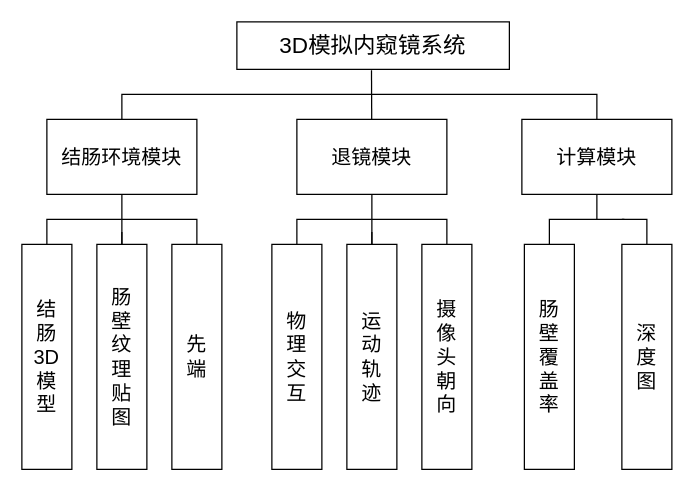
This is 模块图.drawio from Joker765/CEP, a draw.io file, before an edit. Source tidied: cells renumbered, new cells numbered last; positions are measured from the earlier drawing's top-left corner, leaving out a move shared by most shapes. Both pictures are drawn from the tidied source at 125%, with x=0, y=0 at pixel (21, 21).
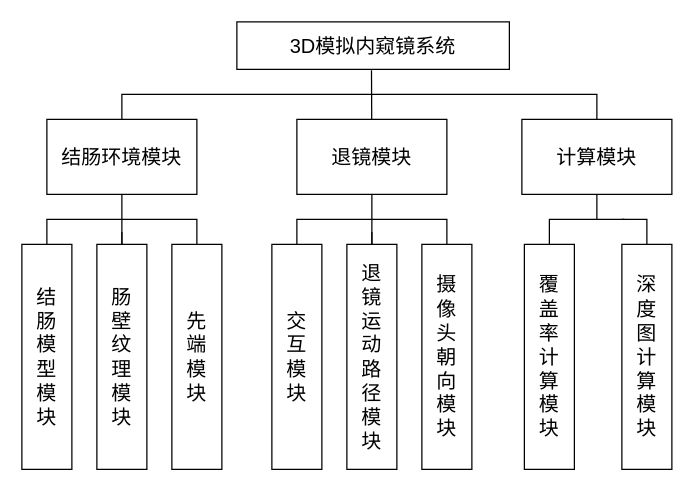
Above is the later version.

Commit message:
更新模块图.drawio

The edit, as a diff of the source:
```diff
@@
-    <mxCell id="2" value="&lt;font style=&quot;font-size: 18px;&quot;&gt;&lt;span style=&quot;font-family: 华文中宋;&quot; lang=&quot;EN-US&quot;&gt;3D&lt;/span&gt;&lt;span style=&quot;font-family: 华文中宋;&quot;&gt;模拟内窥镜系统&lt;/span&gt;&lt;/font&gt;" style="rounded=0;whiteSpace=wrap;html=1;" parent="1" vertex="1">
+    <mxCell id="2" value="&lt;font style=&quot;font-size: 16px;&quot;&gt;&lt;span style=&quot;font-family: 华文中宋;&quot; lang=&quot;EN-US&quot;&gt;3D&lt;/span&gt;&lt;span style=&quot;font-family: 华文中宋;&quot;&gt;模拟内窥镜系统&lt;/span&gt;&lt;/font&gt;" style="rounded=0;whiteSpace=wrap;html=1;" parent="1" vertex="1">
       <mxGeometry x="172" width="218" height="38" as="geometry" />
     </mxCell>
@@
-    <mxCell id="8" value="&lt;span style=&quot;font-size:12.0pt;mso-bidi-font-size:11.0pt;&lt;br/&gt;line-height:150%;font-family:宋体;mso-ascii-font-family:&amp;quot;Times New Roman&amp;quot;;&lt;br/&gt;mso-hansi-font-family:&amp;quot;Times New Roman&amp;quot;;mso-bidi-font-family:&amp;quot;Times New Roman&amp;quot;;&lt;br/&gt;mso-bidi-theme-font:minor-bidi;mso-ansi-language:EN-US;mso-fareast-language:&lt;br/&gt;ZH-CN;mso-bidi-language:AR-SA&quot;&gt;结&lt;/span&gt;&lt;div&gt;&lt;span style=&quot;font-size:12.0pt;mso-bidi-font-size:11.0pt;&lt;br/&gt;line-height:150%;font-family:宋体;mso-ascii-font-family:&amp;quot;Times New Roman&amp;quot;;&lt;br/&gt;mso-hansi-font-family:&amp;quot;Times New Roman&amp;quot;;mso-bidi-font-family:&amp;quot;Times New Roman&amp;quot;;&lt;br/&gt;mso-bidi-theme-font:minor-bidi;mso-ansi-language:EN-US;mso-fareast-language:&lt;br/&gt;ZH-CN;mso-bidi-language:AR-SA&quot;&gt;肠&lt;/span&gt;&lt;/div&gt;&lt;div&gt;&lt;span style=&quot;font-size:12.0pt;mso-bidi-font-size:11.0pt;&lt;br/&gt;line-height:150%;font-family:宋体;mso-ascii-font-family:&amp;quot;Times New Roman&amp;quot;;&lt;br/&gt;mso-hansi-font-family:&amp;quot;Times New Roman&amp;quot;;mso-bidi-font-family:&amp;quot;Times New Roman&amp;quot;;&lt;br/&gt;mso-bidi-theme-font:minor-bidi;mso-ansi-language:EN-US;mso-fareast-language:&lt;br/&gt;ZH-CN;mso-bidi-language:AR-SA&quot;&gt;3D&lt;/span&gt;&lt;/div&gt;&lt;div&gt;&lt;span style=&quot;font-size:12.0pt;mso-bidi-font-size:11.0pt;&lt;br/&gt;line-height:150%;font-family:宋体;mso-ascii-font-family:&amp;quot;Times New Roman&amp;quot;;&lt;br/&gt;mso-hansi-font-family:&amp;quot;Times New Roman&amp;quot;;mso-bidi-font-family:&amp;quot;Times New Roman&amp;quot;;&lt;br/&gt;mso-bidi-theme-font:minor-bidi;mso-ansi-language:EN-US;mso-fareast-language:&lt;br/&gt;ZH-CN;mso-bidi-language:AR-SA&quot;&gt;模&lt;/span&gt;&lt;/div&gt;&lt;div&gt;&lt;span style=&quot;font-size:12.0pt;mso-bidi-font-size:11.0pt;&lt;br/&gt;line-height:150%;font-family:宋体;mso-ascii-font-family:&amp;quot;Times New Roman&amp;quot;;&lt;br/&gt;mso-hansi-font-family:&amp;quot;Times New Roman&amp;quot;;mso-bidi-font-family:&amp;quot;Times New Roman&amp;quot;;&lt;br/&gt;mso-bidi-theme-font:minor-bidi;mso-ansi-language:EN-US;mso-fareast-language:&lt;br/&gt;ZH-CN;mso-bidi-language:AR-SA&quot;&gt;型&lt;/span&gt;&lt;/div&gt;" style="rounded=0;whiteSpace=wrap;html=1;" parent="1" vertex="1">
+    <mxCell id="8" value="&lt;span style=&quot;font-size:12.0pt;mso-bidi-font-size:11.0pt;&lt;br/&gt;line-height:150%;font-family:宋体;mso-ascii-font-family:&amp;quot;Times New Roman&amp;quot;;&lt;br/&gt;mso-hansi-font-family:&amp;quot;Times New Roman&amp;quot;;mso-bidi-font-family:&amp;quot;Times New Roman&amp;quot;;&lt;br/&gt;mso-bidi-theme-font:minor-bidi;mso-ansi-language:EN-US;mso-fareast-language:&lt;br/&gt;ZH-CN;mso-bidi-language:AR-SA&quot;&gt;结&lt;/span&gt;&lt;div&gt;&lt;span style=&quot;font-size:12.0pt;mso-bidi-font-size:11.0pt;&lt;br/&gt;line-height:150%;font-family:宋体;mso-ascii-font-family:&amp;quot;Times New Roman&amp;quot;;&lt;br/&gt;mso-hansi-font-family:&amp;quot;Times New Roman&amp;quot;;mso-bidi-font-family:&amp;quot;Times New Roman&amp;quot;;&lt;br/&gt;mso-bidi-theme-font:minor-bidi;mso-ansi-language:EN-US;mso-fareast-language:&lt;br/&gt;ZH-CN;mso-bidi-language:AR-SA&quot;&gt;肠&lt;/span&gt;&lt;/div&gt;&lt;div&gt;&lt;span style=&quot;font-size:12.0pt;mso-bidi-font-size:11.0pt;&lt;br/&gt;line-height:150%;font-family:宋体;mso-ascii-font-family:&amp;quot;Times New Roman&amp;quot;;&lt;br/&gt;mso-hansi-font-family:&amp;quot;Times New Roman&amp;quot;;mso-bidi-font-family:&amp;quot;Times New Roman&amp;quot;;&lt;br/&gt;mso-bidi-theme-font:minor-bidi;mso-ansi-language:EN-US;mso-fareast-language:&lt;br/&gt;ZH-CN;mso-bidi-language:AR-SA&quot;&gt;模&lt;/span&gt;&lt;/div&gt;&lt;div&gt;&lt;span style=&quot;font-size:12.0pt;mso-bidi-font-size:11.0pt;&lt;br/&gt;line-height:150%;font-family:宋体;mso-ascii-font-family:&amp;quot;Times New Roman&amp;quot;;&lt;br/&gt;mso-hansi-font-family:&amp;quot;Times New Roman&amp;quot;;mso-bidi-font-family:&amp;quot;Times New Roman&amp;quot;;&lt;br/&gt;mso-bidi-theme-font:minor-bidi;mso-ansi-language:EN-US;mso-fareast-language:&lt;br/&gt;ZH-CN;mso-bidi-language:AR-SA&quot;&gt;型&lt;/span&gt;&lt;/div&gt;&lt;div&gt;&lt;span style=&quot;font-size:12.0pt;mso-bidi-font-size:11.0pt;&lt;br/&gt;line-height:150%;font-family:宋体;mso-ascii-font-family:&amp;quot;Times New Roman&amp;quot;;&lt;br/&gt;mso-hansi-font-family:&amp;quot;Times New Roman&amp;quot;;mso-bidi-font-family:&amp;quot;Times New Roman&amp;quot;;&lt;br/&gt;mso-bidi-theme-font:minor-bidi;mso-ansi-language:EN-US;mso-fareast-language:&lt;br/&gt;ZH-CN;mso-bidi-language:AR-SA&quot;&gt;模&lt;/span&gt;&lt;/div&gt;&lt;div&gt;&lt;span style=&quot;font-size:12.0pt;mso-bidi-font-size:11.0pt;&lt;br/&gt;line-height:150%;font-family:宋体;mso-ascii-font-family:&amp;quot;Times New Roman&amp;quot;;&lt;br/&gt;mso-hansi-font-family:&amp;quot;Times New Roman&amp;quot;;mso-bidi-font-family:&amp;quot;Times New Roman&amp;quot;;&lt;br/&gt;mso-bidi-theme-font:minor-bidi;mso-ansi-language:EN-US;mso-fareast-language:&lt;br/&gt;ZH-CN;mso-bidi-language:AR-SA&quot;&gt;块&lt;/span&gt;&lt;/div&gt;" style="rounded=0;whiteSpace=wrap;html=1;" parent="1" vertex="1">
       <mxGeometry y="178" width="40" height="180" as="geometry" />
     </mxCell>
-    <mxCell id="9" value="&lt;span style=&quot;font-size:12.0pt;mso-bidi-font-size:11.0pt;&lt;br/&gt;line-height:150%;font-family:宋体;mso-ascii-font-family:&amp;quot;Times New Roman&amp;quot;;&lt;br/&gt;mso-hansi-font-family:&amp;quot;Times New Roman&amp;quot;;mso-bidi-font-family:&amp;quot;Times New Roman&amp;quot;;&lt;br/&gt;mso-bidi-theme-font:minor-bidi;mso-ansi-language:EN-US;mso-fareast-language:&lt;br/&gt;ZH-CN;mso-bidi-language:AR-SA&quot;&gt;先&lt;/span&gt;&lt;div&gt;&lt;span style=&quot;font-size:12.0pt;mso-bidi-font-size:11.0pt;&lt;br/&gt;line-height:150%;font-family:宋体;mso-ascii-font-family:&amp;quot;Times New Roman&amp;quot;;&lt;br/&gt;mso-hansi-font-family:&amp;quot;Times New Roman&amp;quot;;mso-bidi-font-family:&amp;quot;Times New Roman&amp;quot;;&lt;br/&gt;mso-bidi-theme-font:minor-bidi;mso-ansi-language:EN-US;mso-fareast-language:&lt;br/&gt;ZH-CN;mso-bidi-language:AR-SA&quot;&gt;端&lt;/span&gt;&lt;/div&gt;" style="rounded=0;whiteSpace=wrap;html=1;" parent="1" vertex="1">
+    <mxCell id="9" value="&lt;span style=&quot;font-size:12.0pt;mso-bidi-font-size:11.0pt;&lt;br/&gt;line-height:150%;font-family:宋体;mso-ascii-font-family:&amp;quot;Times New Roman&amp;quot;;&lt;br/&gt;mso-hansi-font-family:&amp;quot;Times New Roman&amp;quot;;mso-bidi-font-family:&amp;quot;Times New Roman&amp;quot;;&lt;br/&gt;mso-bidi-theme-font:minor-bidi;mso-ansi-language:EN-US;mso-fareast-language:&lt;br/&gt;ZH-CN;mso-bidi-language:AR-SA&quot;&gt;先&lt;/span&gt;&lt;div&gt;&lt;span style=&quot;font-size:12.0pt;mso-bidi-font-size:11.0pt;&lt;br/&gt;line-height:150%;font-family:宋体;mso-ascii-font-family:&amp;quot;Times New Roman&amp;quot;;&lt;br/&gt;mso-hansi-font-family:&amp;quot;Times New Roman&amp;quot;;mso-bidi-font-family:&amp;quot;Times New Roman&amp;quot;;&lt;br/&gt;mso-bidi-theme-font:minor-bidi;mso-ansi-language:EN-US;mso-fareast-language:&lt;br/&gt;ZH-CN;mso-bidi-language:AR-SA&quot;&gt;端&lt;/span&gt;&lt;/div&gt;&lt;div&gt;&lt;span style=&quot;font-size:12.0pt;mso-bidi-font-size:11.0pt;&lt;br/&gt;line-height:150%;font-family:宋体;mso-ascii-font-family:&amp;quot;Times New Roman&amp;quot;;&lt;br/&gt;mso-hansi-font-family:&amp;quot;Times New Roman&amp;quot;;mso-bidi-font-family:&amp;quot;Times New Roman&amp;quot;;&lt;br/&gt;mso-bidi-theme-font:minor-bidi;mso-ansi-language:EN-US;mso-fareast-language:&lt;br/&gt;ZH-CN;mso-bidi-language:AR-SA&quot;&gt;模&lt;/span&gt;&lt;/div&gt;&lt;div&gt;&lt;span style=&quot;font-size:12.0pt;mso-bidi-font-size:11.0pt;&lt;br/&gt;line-height:150%;font-family:宋体;mso-ascii-font-family:&amp;quot;Times New Roman&amp;quot;;&lt;br/&gt;mso-hansi-font-family:&amp;quot;Times New Roman&amp;quot;;mso-bidi-font-family:&amp;quot;Times New Roman&amp;quot;;&lt;br/&gt;mso-bidi-theme-font:minor-bidi;mso-ansi-language:EN-US;mso-fareast-language:&lt;br/&gt;ZH-CN;mso-bidi-language:AR-SA&quot;&gt;块&lt;/span&gt;&lt;/div&gt;" style="rounded=0;whiteSpace=wrap;html=1;" parent="1" vertex="1">
       <mxGeometry x="120" y="178" width="40" height="180" as="geometry" />
     </mxCell>
@@
-    <mxCell id="13" value="&lt;span style=&quot;font-size:12.0pt;mso-bidi-font-size:11.0pt;&lt;br/&gt;line-height:150%;font-family:宋体;mso-ascii-font-family:&amp;quot;Times New Roman&amp;quot;;&lt;br/&gt;mso-hansi-font-family:&amp;quot;Times New Roman&amp;quot;;mso-bidi-font-family:&amp;quot;Times New Roman&amp;quot;;&lt;br/&gt;mso-bidi-theme-font:minor-bidi;mso-ansi-language:EN-US;mso-fareast-language:&lt;br/&gt;ZH-CN;mso-bidi-language:AR-SA&quot;&gt;肠&lt;/span&gt;&lt;div&gt;&lt;span style=&quot;font-size:12.0pt;mso-bidi-font-size:11.0pt;&lt;br/&gt;line-height:150%;font-family:宋体;mso-ascii-font-family:&amp;quot;Times New Roman&amp;quot;;&lt;br/&gt;mso-hansi-font-family:&amp;quot;Times New Roman&amp;quot;;mso-bidi-font-family:&amp;quot;Times New Roman&amp;quot;;&lt;br/&gt;mso-bidi-theme-font:minor-bidi;mso-ansi-language:EN-US;mso-fareast-language:&lt;br/&gt;ZH-CN;mso-bidi-language:AR-SA&quot;&gt;壁&lt;/span&gt;&lt;/div&gt;&lt;div&gt;&lt;span style=&quot;font-size:12.0pt;mso-bidi-font-size:11.0pt;&lt;br/&gt;line-height:150%;font-family:宋体;mso-ascii-font-family:&amp;quot;Times New Roman&amp;quot;;&lt;br/&gt;mso-hansi-font-family:&amp;quot;Times New Roman&amp;quot;;mso-bidi-font-family:&amp;quot;Times New Roman&amp;quot;;&lt;br/&gt;mso-bidi-theme-font:minor-bidi;mso-ansi-language:EN-US;mso-fareast-language:&lt;br/&gt;ZH-CN;mso-bidi-language:AR-SA&quot;&gt;纹&lt;/span&gt;&lt;/div&gt;&lt;div&gt;&lt;span style=&quot;font-size:12.0pt;mso-bidi-font-size:11.0pt;&lt;br/&gt;line-height:150%;font-family:宋体;mso-ascii-font-family:&amp;quot;Times New Roman&amp;quot;;&lt;br/&gt;mso-hansi-font-family:&amp;quot;Times New Roman&amp;quot;;mso-bidi-font-family:&amp;quot;Times New Roman&amp;quot;;&lt;br/&gt;mso-bidi-theme-font:minor-bidi;mso-ansi-language:EN-US;mso-fareast-language:&lt;br/&gt;ZH-CN;mso-bidi-language:AR-SA&quot;&gt;理&lt;/span&gt;&lt;/div&gt;&lt;div&gt;&lt;span style=&quot;font-size:12.0pt;mso-bidi-font-size:11.0pt;&lt;br/&gt;line-height:150%;font-family:宋体;mso-ascii-font-family:&amp;quot;Times New Roman&amp;quot;;&lt;br/&gt;mso-hansi-font-family:&amp;quot;Times New Roman&amp;quot;;mso-bidi-font-family:&amp;quot;Times New Roman&amp;quot;;&lt;br/&gt;mso-bidi-theme-font:minor-bidi;mso-ansi-language:EN-US;mso-fareast-language:&lt;br/&gt;ZH-CN;mso-bidi-language:AR-SA&quot;&gt;贴&lt;/span&gt;&lt;/div&gt;&lt;div&gt;&lt;span style=&quot;font-size:12.0pt;mso-bidi-font-size:11.0pt;&lt;br/&gt;line-height:150%;font-family:宋体;mso-ascii-font-family:&amp;quot;Times New Roman&amp;quot;;&lt;br/&gt;mso-hansi-font-family:&amp;quot;Times New Roman&amp;quot;;mso-bidi-font-family:&amp;quot;Times New Roman&amp;quot;;&lt;br/&gt;mso-bidi-theme-font:minor-bidi;mso-ansi-language:EN-US;mso-fareast-language:&lt;br/&gt;ZH-CN;mso-bidi-language:AR-SA&quot;&gt;图&lt;/span&gt;&lt;/div&gt;" style="rounded=0;whiteSpace=wrap;html=1;" parent="1" vertex="1">
+    <mxCell id="13" value="&lt;span style=&quot;font-size:12.0pt;mso-bidi-font-size:11.0pt;&lt;br/&gt;line-height:150%;font-family:宋体;mso-ascii-font-family:&amp;quot;Times New Roman&amp;quot;;&lt;br/&gt;mso-hansi-font-family:&amp;quot;Times New Roman&amp;quot;;mso-bidi-font-family:&amp;quot;Times New Roman&amp;quot;;&lt;br/&gt;mso-bidi-theme-font:minor-bidi;mso-ansi-language:EN-US;mso-fareast-language:&lt;br/&gt;ZH-CN;mso-bidi-language:AR-SA&quot;&gt;肠&lt;/span&gt;&lt;div&gt;&lt;span style=&quot;font-size:12.0pt;mso-bidi-font-size:11.0pt;&lt;br/&gt;line-height:150%;font-family:宋体;mso-ascii-font-family:&amp;quot;Times New Roman&amp;quot;;&lt;br/&gt;mso-hansi-font-family:&amp;quot;Times New Roman&amp;quot;;mso-bidi-font-family:&amp;quot;Times New Roman&amp;quot;;&lt;br/&gt;mso-bidi-theme-font:minor-bidi;mso-ansi-language:EN-US;mso-fareast-language:&lt;br/&gt;ZH-CN;mso-bidi-language:AR-SA&quot;&gt;壁&lt;/span&gt;&lt;/div&gt;&lt;div&gt;&lt;span style=&quot;font-size:12.0pt;mso-bidi-font-size:11.0pt;&lt;br/&gt;line-height:150%;font-family:宋体;mso-ascii-font-family:&amp;quot;Times New Roman&amp;quot;;&lt;br/&gt;mso-hansi-font-family:&amp;quot;Times New Roman&amp;quot;;mso-bidi-font-family:&amp;quot;Times New Roman&amp;quot;;&lt;br/&gt;mso-bidi-theme-font:minor-bidi;mso-ansi-language:EN-US;mso-fareast-language:&lt;br/&gt;ZH-CN;mso-bidi-language:AR-SA&quot;&gt;纹&lt;/span&gt;&lt;/div&gt;&lt;div&gt;&lt;span style=&quot;font-size:12.0pt;mso-bidi-font-size:11.0pt;&lt;br/&gt;line-height:150%;font-family:宋体;mso-ascii-font-family:&amp;quot;Times New Roman&amp;quot;;&lt;br/&gt;mso-hansi-font-family:&amp;quot;Times New Roman&amp;quot;;mso-bidi-font-family:&amp;quot;Times New Roman&amp;quot;;&lt;br/&gt;mso-bidi-theme-font:minor-bidi;mso-ansi-language:EN-US;mso-fareast-language:&lt;br/&gt;ZH-CN;mso-bidi-language:AR-SA&quot;&gt;理&lt;/span&gt;&lt;/div&gt;&lt;div&gt;&lt;span style=&quot;font-size:12.0pt;mso-bidi-font-size:11.0pt;&lt;br/&gt;line-height:150%;font-family:宋体;mso-ascii-font-family:&amp;quot;Times New Roman&amp;quot;;&lt;br/&gt;mso-hansi-font-family:&amp;quot;Times New Roman&amp;quot;;mso-bidi-font-family:&amp;quot;Times New Roman&amp;quot;;&lt;br/&gt;mso-bidi-theme-font:minor-bidi;mso-ansi-language:EN-US;mso-fareast-language:&lt;br/&gt;ZH-CN;mso-bidi-language:AR-SA&quot;&gt;模&lt;/span&gt;&lt;/div&gt;&lt;div&gt;&lt;span style=&quot;font-size:12.0pt;mso-bidi-font-size:11.0pt;&lt;br/&gt;line-height:150%;font-family:宋体;mso-ascii-font-family:&amp;quot;Times New Roman&amp;quot;;&lt;br/&gt;mso-hansi-font-family:&amp;quot;Times New Roman&amp;quot;;mso-bidi-font-family:&amp;quot;Times New Roman&amp;quot;;&lt;br/&gt;mso-bidi-theme-font:minor-bidi;mso-ansi-language:EN-US;mso-fareast-language:&lt;br/&gt;ZH-CN;mso-bidi-language:AR-SA&quot;&gt;块&lt;/span&gt;&lt;/div&gt;" style="rounded=0;whiteSpace=wrap;html=1;" parent="1" vertex="1">
       <mxGeometry x="60" y="178" width="40" height="180" as="geometry" />
     </mxCell>
@@
-    <mxCell id="15" value="&lt;font face=&quot;宋体&quot;&gt;&lt;span style=&quot;font-size: 16px;&quot;&gt;物&lt;/span&gt;&lt;/font&gt;&lt;div&gt;&lt;font face=&quot;宋体&quot;&gt;&lt;span style=&quot;font-size: 16px;&quot;&gt;理&lt;/span&gt;&lt;/font&gt;&lt;/div&gt;&lt;div&gt;&lt;font face=&quot;宋体&quot;&gt;&lt;span style=&quot;font-size: 16px;&quot;&gt;交&lt;/span&gt;&lt;/font&gt;&lt;/div&gt;&lt;div&gt;&lt;font face=&quot;宋体&quot;&gt;&lt;span style=&quot;font-size: 16px;&quot;&gt;互&lt;/span&gt;&lt;/font&gt;&lt;/div&gt;" style="rounded=0;whiteSpace=wrap;html=1;" parent="1" vertex="1">
+    <mxCell id="15" value="&lt;div&gt;&lt;div&gt;&lt;font face=&quot;宋体&quot;&gt;&lt;span style=&quot;font-size: 16px;&quot;&gt;交&lt;/span&gt;&lt;/font&gt;&lt;/div&gt;&lt;div&gt;&lt;font face=&quot;宋体&quot;&gt;&lt;span style=&quot;font-size: 16px;&quot;&gt;互&lt;/span&gt;&lt;/font&gt;&lt;/div&gt;&lt;div&gt;&lt;font face=&quot;宋体&quot;&gt;&lt;span style=&quot;font-size: 16px;&quot;&gt;模&lt;/span&gt;&lt;/font&gt;&lt;/div&gt;&lt;div&gt;&lt;font face=&quot;宋体&quot;&gt;&lt;span style=&quot;font-size: 16px;&quot;&gt;块&lt;/span&gt;&lt;/font&gt;&lt;/div&gt;&lt;/div&gt;" style="rounded=0;whiteSpace=wrap;html=1;" parent="1" vertex="1">
       <mxGeometry x="200" y="178" width="40" height="180" as="geometry" />
     </mxCell>
-    <mxCell id="16" value="&lt;font face=&quot;宋体&quot;&gt;&lt;span style=&quot;font-size: 16px;&quot;&gt;摄&lt;/span&gt;&lt;/font&gt;&lt;div&gt;&lt;font face=&quot;宋体&quot;&gt;&lt;span style=&quot;font-size: 16px;&quot;&gt;像&lt;/span&gt;&lt;/font&gt;&lt;/div&gt;&lt;div&gt;&lt;font face=&quot;宋体&quot;&gt;&lt;span style=&quot;font-size: 16px;&quot;&gt;头&lt;/span&gt;&lt;/font&gt;&lt;/div&gt;&lt;div&gt;&lt;font face=&quot;宋体&quot;&gt;&lt;span style=&quot;font-size: 16px;&quot;&gt;朝&lt;/span&gt;&lt;/font&gt;&lt;/div&gt;&lt;div&gt;&lt;font face=&quot;宋体&quot;&gt;&lt;span style=&quot;font-size: 16px;&quot;&gt;向&lt;/span&gt;&lt;/font&gt;&lt;/div&gt;" style="rounded=0;whiteSpace=wrap;html=1;" parent="1" vertex="1">
+    <mxCell id="16" value="&lt;font face=&quot;宋体&quot;&gt;&lt;span style=&quot;font-size: 16px;&quot;&gt;摄&lt;/span&gt;&lt;/font&gt;&lt;div&gt;&lt;font face=&quot;宋体&quot;&gt;&lt;span style=&quot;font-size: 16px;&quot;&gt;像&lt;/span&gt;&lt;/font&gt;&lt;/div&gt;&lt;div&gt;&lt;font face=&quot;宋体&quot;&gt;&lt;span style=&quot;font-size: 16px;&quot;&gt;头&lt;/span&gt;&lt;/font&gt;&lt;/div&gt;&lt;div&gt;&lt;font face=&quot;宋体&quot;&gt;&lt;span style=&quot;font-size: 16px;&quot;&gt;朝&lt;/span&gt;&lt;/font&gt;&lt;/div&gt;&lt;div&gt;&lt;font face=&quot;宋体&quot;&gt;&lt;span style=&quot;font-size: 16px;&quot;&gt;向&lt;/span&gt;&lt;/font&gt;&lt;/div&gt;&lt;div&gt;&lt;font face=&quot;宋体&quot;&gt;&lt;span style=&quot;font-size: 16px;&quot;&gt;模&lt;/span&gt;&lt;/font&gt;&lt;/div&gt;&lt;div&gt;&lt;font face=&quot;宋体&quot;&gt;&lt;span style=&quot;font-size: 16px;&quot;&gt;块&lt;/span&gt;&lt;/font&gt;&lt;/div&gt;" style="rounded=0;whiteSpace=wrap;html=1;" parent="1" vertex="1">
       <mxGeometry x="320" y="178" width="40" height="180" as="geometry" />
     </mxCell>
@@
-    <mxCell id="20" value="&lt;font face=&quot;宋体&quot;&gt;&lt;span style=&quot;font-size: 16px;&quot;&gt;运&lt;/span&gt;&lt;/font&gt;&lt;div&gt;&lt;font face=&quot;宋体&quot;&gt;&lt;span style=&quot;font-size: 16px;&quot;&gt;动&lt;/span&gt;&lt;/font&gt;&lt;/div&gt;&lt;div&gt;&lt;font face=&quot;宋体&quot;&gt;&lt;span style=&quot;font-size: 16px;&quot;&gt;轨&lt;/span&gt;&lt;/font&gt;&lt;/div&gt;&lt;div&gt;&lt;font face=&quot;宋体&quot;&gt;&lt;span style=&quot;font-size: 16px;&quot;&gt;迹&lt;/span&gt;&lt;/font&gt;&lt;/div&gt;" style="rounded=0;whiteSpace=wrap;html=1;" parent="1" vertex="1">
+    <mxCell id="20" value="&lt;font face=&quot;宋体&quot;&gt;&lt;span style=&quot;font-size: 16px;&quot;&gt;退&lt;/span&gt;&lt;/font&gt;&lt;div&gt;&lt;font face=&quot;宋体&quot;&gt;&lt;span style=&quot;font-size: 16px;&quot;&gt;镜&lt;/span&gt;&lt;/font&gt;&lt;/div&gt;&lt;div&gt;&lt;font face=&quot;宋体&quot;&gt;&lt;span style=&quot;font-size: 16px;&quot;&gt;运&lt;/span&gt;&lt;/font&gt;&lt;/div&gt;&lt;div&gt;&lt;font face=&quot;宋体&quot;&gt;&lt;span style=&quot;font-size: 16px;&quot;&gt;动&lt;/span&gt;&lt;/font&gt;&lt;/div&gt;&lt;div&gt;&lt;font face=&quot;宋体&quot;&gt;&lt;span style=&quot;font-size: 16px;&quot;&gt;路&lt;/span&gt;&lt;/font&gt;&lt;/div&gt;&lt;div&gt;&lt;font face=&quot;宋体&quot;&gt;&lt;span style=&quot;font-size: 16px;&quot;&gt;径&lt;/span&gt;&lt;/font&gt;&lt;/div&gt;&lt;div&gt;&lt;font face=&quot;宋体&quot;&gt;&lt;span style=&quot;font-size: 16px;&quot;&gt;模&lt;/span&gt;&lt;/font&gt;&lt;/div&gt;&lt;div&gt;&lt;font face=&quot;宋体&quot;&gt;&lt;span style=&quot;font-size: 16px;&quot;&gt;块&lt;/span&gt;&lt;/font&gt;&lt;/div&gt;" style="rounded=0;whiteSpace=wrap;html=1;" parent="1" vertex="1">
       <mxGeometry x="260" y="178" width="40" height="180" as="geometry" />
     </mxCell>
@@
-    <mxCell id="22" value="&lt;font face=&quot;宋体&quot;&gt;&lt;span style=&quot;font-size: 16px;&quot;&gt;深&lt;/span&gt;&lt;/font&gt;&lt;div&gt;&lt;font face=&quot;宋体&quot;&gt;&lt;span style=&quot;font-size: 16px;&quot;&gt;度&lt;/span&gt;&lt;/font&gt;&lt;/div&gt;&lt;div&gt;&lt;font face=&quot;宋体&quot;&gt;&lt;span style=&quot;font-size: 16px;&quot;&gt;图&lt;/span&gt;&lt;/font&gt;&lt;/div&gt;" style="rounded=0;whiteSpace=wrap;html=1;" parent="1" vertex="1">
+    <mxCell id="22" value="&lt;font face=&quot;宋体&quot;&gt;&lt;span style=&quot;font-size: 16px;&quot;&gt;深&lt;/span&gt;&lt;/font&gt;&lt;div&gt;&lt;font face=&quot;宋体&quot;&gt;&lt;span style=&quot;font-size: 16px;&quot;&gt;度&lt;/span&gt;&lt;/font&gt;&lt;/div&gt;&lt;div&gt;&lt;font face=&quot;宋体&quot;&gt;&lt;span style=&quot;font-size: 16px;&quot;&gt;图&lt;/span&gt;&lt;/font&gt;&lt;/div&gt;&lt;div&gt;&lt;font face=&quot;宋体&quot;&gt;&lt;span style=&quot;font-size: 16px;&quot;&gt;计&lt;/span&gt;&lt;/font&gt;&lt;/div&gt;&lt;div&gt;&lt;font face=&quot;宋体&quot;&gt;&lt;span style=&quot;font-size: 16px;&quot;&gt;算&lt;/span&gt;&lt;/font&gt;&lt;/div&gt;&lt;div&gt;&lt;font face=&quot;宋体&quot;&gt;&lt;span style=&quot;font-size: 16px;&quot;&gt;模&lt;/span&gt;&lt;/font&gt;&lt;/div&gt;&lt;div&gt;&lt;font face=&quot;宋体&quot;&gt;&lt;span style=&quot;font-size: 16px;&quot;&gt;块&lt;/span&gt;&lt;/font&gt;&lt;/div&gt;" style="rounded=0;whiteSpace=wrap;html=1;" parent="1" vertex="1">
       <mxGeometry x="480" y="178" width="40" height="180" as="geometry" />
     </mxCell>
@@
-    <mxCell id="25" value="&lt;font face=&quot;宋体&quot;&gt;&lt;span style=&quot;font-size: 16px;&quot;&gt;肠&lt;/span&gt;&lt;/font&gt;&lt;div&gt;&lt;font face=&quot;宋体&quot;&gt;&lt;span style=&quot;font-size: 16px;&quot;&gt;壁&lt;/span&gt;&lt;/font&gt;&lt;/div&gt;&lt;div&gt;&lt;font face=&quot;宋体&quot;&gt;&lt;span style=&quot;font-size: 16px;&quot;&gt;覆&lt;/span&gt;&lt;/font&gt;&lt;/div&gt;&lt;div&gt;&lt;font face=&quot;宋体&quot;&gt;&lt;span style=&quot;font-size: 16px;&quot;&gt;盖&lt;/span&gt;&lt;/font&gt;&lt;/div&gt;&lt;div&gt;&lt;font face=&quot;宋体&quot;&gt;&lt;span style=&quot;font-size: 16px;&quot;&gt;率&lt;/span&gt;&lt;/font&gt;&lt;/div&gt;" style="rounded=0;whiteSpace=wrap;html=1;" parent="1" vertex="1">
+    <mxCell id="25" value="&lt;div&gt;&lt;font face=&quot;宋体&quot;&gt;&lt;span style=&quot;font-size: 16px;&quot;&gt;覆&lt;/span&gt;&lt;/font&gt;&lt;/div&gt;&lt;div&gt;&lt;font face=&quot;宋体&quot;&gt;&lt;span style=&quot;font-size: 16px;&quot;&gt;盖&lt;/span&gt;&lt;/font&gt;&lt;/div&gt;&lt;div&gt;&lt;font face=&quot;宋体&quot;&gt;&lt;span style=&quot;font-size: 16px;&quot;&gt;率&lt;/span&gt;&lt;/font&gt;&lt;/div&gt;&lt;div&gt;&lt;font face=&quot;宋体&quot;&gt;&lt;span style=&quot;font-size: 16px;&quot;&gt;计&lt;/span&gt;&lt;/font&gt;&lt;/div&gt;&lt;div&gt;&lt;font face=&quot;宋体&quot;&gt;&lt;span style=&quot;font-size: 16px;&quot;&gt;算&lt;/span&gt;&lt;/font&gt;&lt;/div&gt;&lt;div&gt;&lt;font face=&quot;宋体&quot;&gt;&lt;span style=&quot;font-size: 16px;&quot;&gt;模&lt;/span&gt;&lt;/font&gt;&lt;/div&gt;&lt;div&gt;&lt;font face=&quot;宋体&quot;&gt;&lt;span style=&quot;font-size: 16px;&quot;&gt;块&lt;/span&gt;&lt;/font&gt;&lt;/div&gt;" style="rounded=0;whiteSpace=wrap;html=1;" parent="1" vertex="1">
       <mxGeometry x="402" y="178" width="40" height="180" as="geometry" />
     </mxCell>
```
